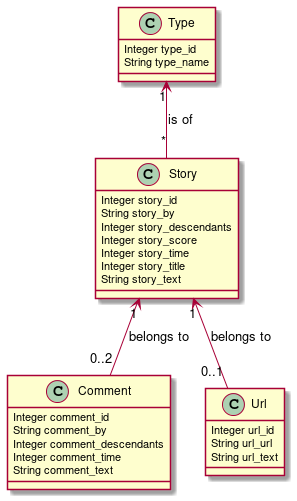
JoaoCostaIFG/FSI keeps this PlantUML diagram as docs/database.png. Above is the earlier version. Source of this version:
```plantuml
@startuml
class Type {
    Integer type_id
    String type_name
}
class Story {
    Integer story_id
    String story_by
    Integer story_descendants
    Integer story_score
    Integer story_time
    Integer story_title
    String story_text
}

class Comment {
    Integer comment_id
    String comment_by
    Integer comment_descendants
    Integer comment_time
    String comment_text
}
class Url {
    Integer url_id
    String url_url
    String url_text
}

Type "1" <-- "*" Story : is of
Story "1" <-- "0..2" Comment : belongs to
Story "1" <-- "0..1" Url : belongs to

@enduml
```
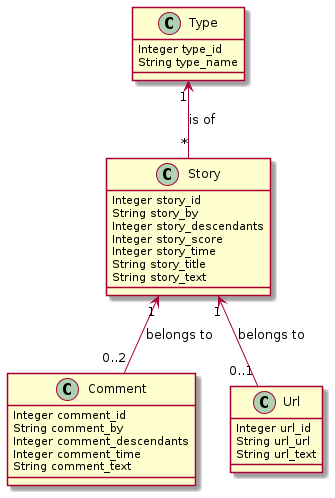
After the commit.

Commit message:
Fix: story_title

Change to the diagram source:
```diff
@@ -9,7 +9,7 @@
     Integer story_descendants
     Integer story_score
     Integer story_time
-    Integer story_title
+    String story_title
     String story_text
 }
 
```
